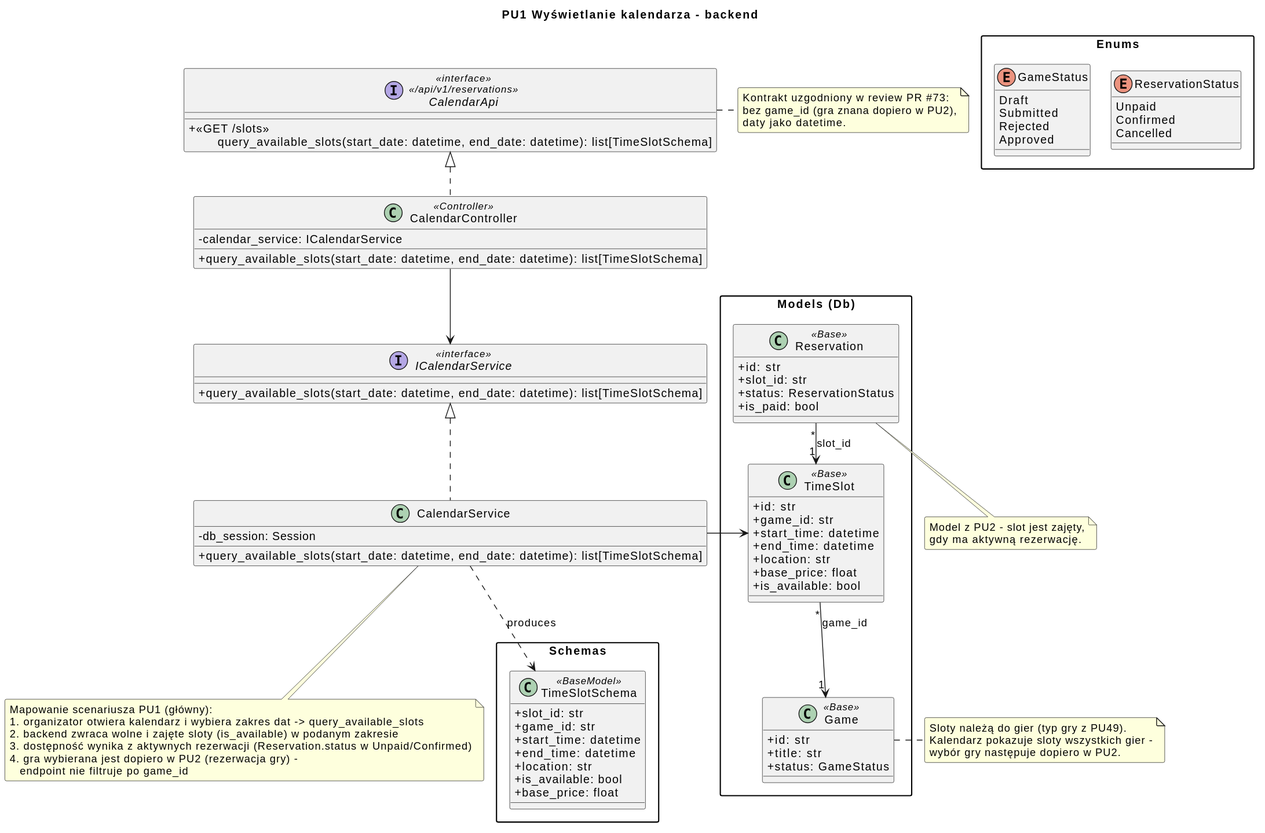
This is diagrams/backend/rendered/calendar.svg from Igor-Ochocki/POP-2026Z, a PlantUML export, as it was before one commit.
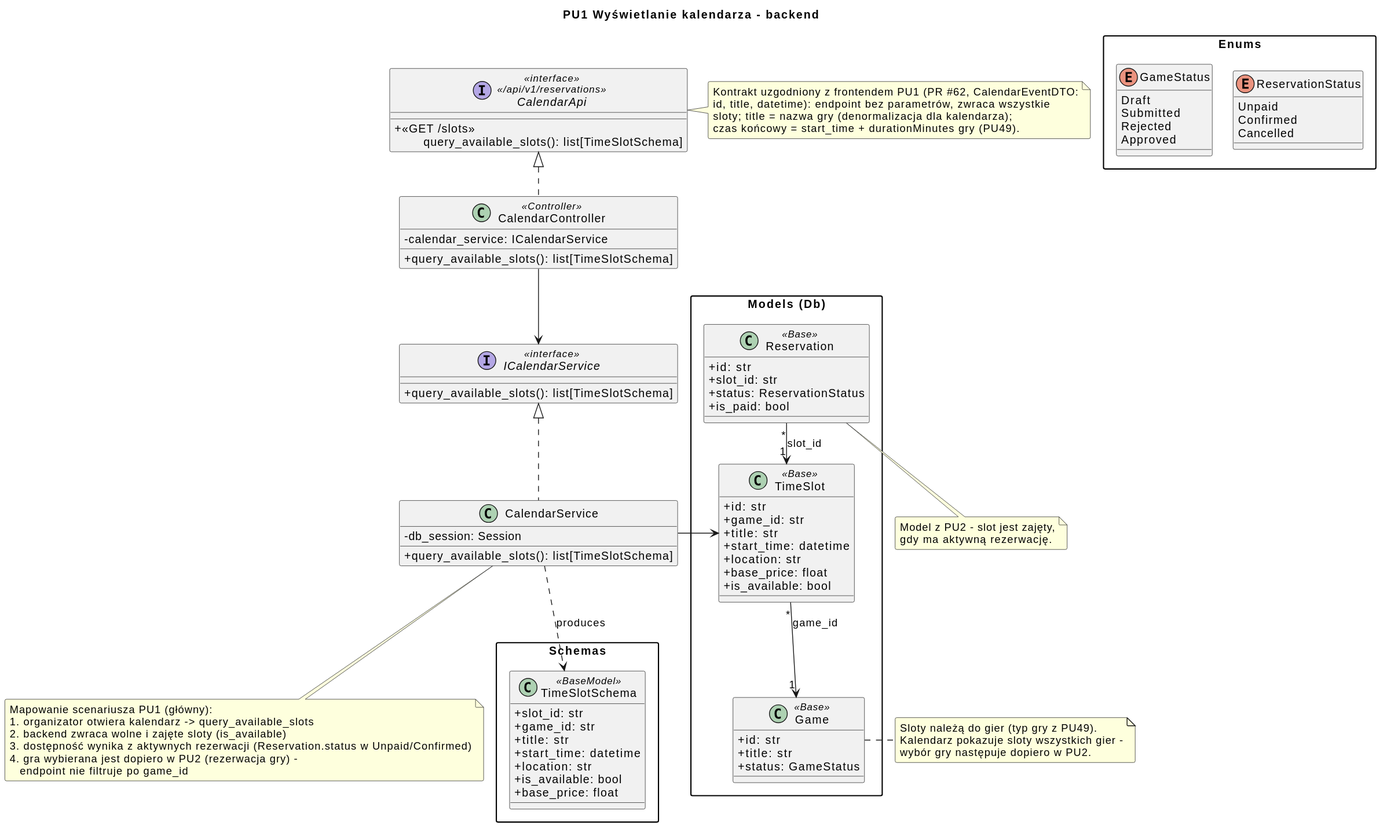
After the commit.

Commit message:
PU1: wspólny kontrakt z frontendem - TimeSlot id/title/start_time bez end_time (CalendarEventDTO)

What changed in the source:
```diff
@@ -10,29 +10,29 @@
 title PU1 Wyświetlanie kalendarza - backend
 
 interface CalendarApi <<interface>>\n<< /api/v1/reservations >> {
-    + <<GET /slots >>\n\tquery_available_slots(start_date: datetime, end_date: datetime): list[TimeSlotSchema]
+    + <<GET /slots >>\n\tquery_available_slots(): list[TimeSlotSchema]
 }
 
 class CalendarController <<Controller>> {
     - calendar_service: ICalendarService
-    + query_available_slots(start_date: datetime, end_date: datetime): list[TimeSlotSchema]
+    + query_available_slots(): list[TimeSlotSchema]
 }
 
 interface ICalendarService <<interface>> {
-    + query_available_slots(start_date: datetime, end_date: datetime): list[TimeSlotSchema]
+    + query_available_slots(): list[TimeSlotSchema]
 }
 
 class CalendarService {
     - db_session: Session
-    + query_available_slots(start_date: datetime, end_date: datetime): list[TimeSlotSchema]
+    + query_available_slots(): list[TimeSlotSchema]
 }
 
 package "Schemas" {
     class TimeSlotSchema <<BaseModel>> {
         + slot_id: str
         + game_id: str
+        + title: str
         + start_time: datetime
-        + end_time: datetime
         + location: str
         + is_available: bool
         + base_price: float
@@ -49,8 +49,8 @@
     class TimeSlot <<Base>> {
         + id: str
         + game_id: str
+        + title: str
         + start_time: datetime
-        + end_time: datetime
         + location: str
         + base_price: float
         + is_available: bool
@@ -91,17 +91,18 @@
 
 note bottom of CalendarService
     Mapowanie scenariusza PU1 (główny):
-    1. organizator otwiera kalendarz i wybiera zakres dat -> query_available_slots
-    2. backend zwraca wolne i zajęte sloty (is_available) w podanym zakresie
+    1. organizator otwiera kalendarz -> query_available_slots
+    2. backend zwraca wolne i zajęte sloty (is_available)
     3. dostępność wynika z aktywnych rezerwacji (Reservation.status w Unpaid/Confirmed)
     4. gra wybierana jest dopiero w PU2 (rezerwacja gry) -
        endpoint nie filtruje po game_id
 end note
 
 note right of CalendarApi
-    Kontrakt uzgodniony w review PR #73:
-    bez game_id (gra znana dopiero w PU2),
-    daty jako datetime.
+    Kontrakt uzgodniony z frontendem PU1 (PR #62, CalendarEventDTO:
+    id, title, datetime): endpoint bez parametrów, zwraca wszystkie
+    sloty; title = nazwa gry (denormalizacja dla kalendarza);
+    czas końcowy = start_time + durationMinutes gry (PU49).
 end note
 
 note right of Game
```
